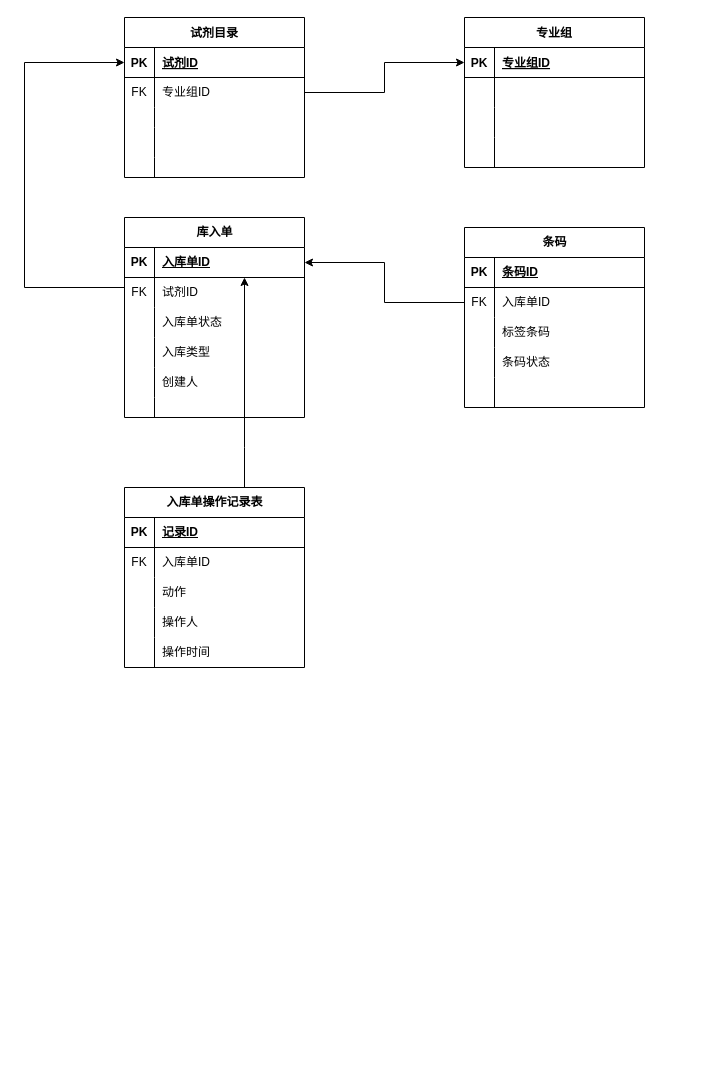
Before: ivd三级库简单模型.drawio in denglt/diagrams, a draw.io diagram. Source tidied: cells renumbered, new cells numbered last; positions are measured from the earlier drawing's top-left corner, leaving out a move shared by most shapes. Both pictures are drawn from the tidied source at 100%, with x=0, y=0 at pixel (24, 17).
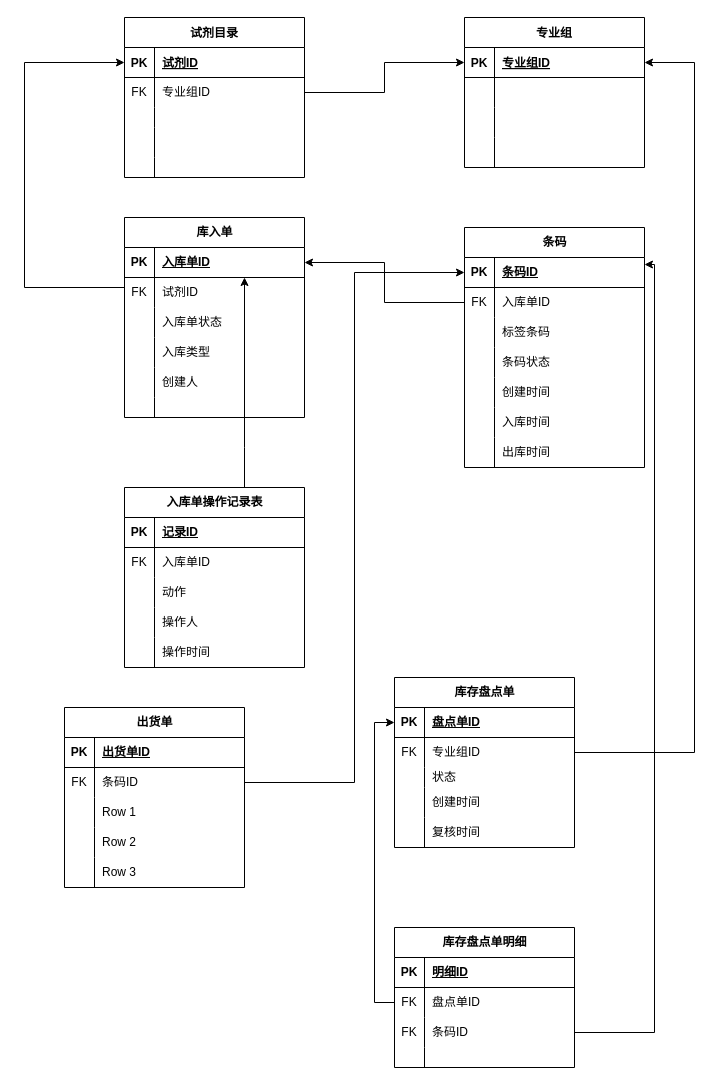
The same diagram, later.

Commit message:
Update ivd三级库简单模型.drawio

The change refers to these unchanged cells:
```xml
<mxCell id="19" style="shape=tableRow;horizontal=0;startSize=0;swimlaneHead=0;swimlaneBody=0;fillColor=none;points=[[0,0.5],[1,0.5]];portConstraint=eastwest;top=0;left=0;right=0;bottom=1;" parent="18" vertex="1">
  <mxGeometry y="30" width="180" height="30" as="geometry" />
</mxCell>
<mxCell id="53" style="shape=tableRow;horizontal=0;startSize=0;swimlaneHead=0;swimlaneBody=0;fillColor=none;points=[[0,0.5],[1,0.5]];portConstraint=eastwest;top=0;left=0;right=0;bottom=1;" parent="52" vertex="1">
  <mxGeometry y="30" width="180" height="30" as="geometry" />
</mxCell>
<mxCell id="65" style="shape=tableRow;horizontal=0;startSize=0;swimlaneHead=0;swimlaneBody=0;fillColor=none;top=0;left=0;right=0;bottom=0;" parent="52" vertex="1">
  <mxGeometry y="150" width="180" height="30" as="geometry" />
</mxCell>
```

Diff of the diagram source:
```diff
@@
     <mxCell id="52" value="条码" style="shape=table;startSize=30;childLayout=tableLayout;rowLines=0;fontStyle=1;align=center;html=1;" parent="1" vertex="1">
-      <mxGeometry x="440" y="210" width="180" height="180" as="geometry" />
+      <mxGeometry x="440" y="210" width="180" height="240" as="geometry" />
     </mxCell>
@@
-    <mxCell id="67" style="shape=partialRectangle;fillColor=none;top=0;left=0;bottom=0;right=0;align=left;spacingLeft=6;overflow=hidden;whiteSpace=wrap;html=1;" parent="65" vertex="1">
+    <mxCell id="67" value="创建时间" style="shape=partialRectangle;fillColor=none;top=0;left=0;bottom=0;right=0;align=left;spacingLeft=6;overflow=hidden;whiteSpace=wrap;html=1;" parent="65" vertex="1">
       <mxGeometry x="30" width="150" height="30" as="geometry" />
     </mxCell>
+    <mxCell id="86" style="shape=tableRow;horizontal=0;startSize=0;swimlaneHead=0;swimlaneBody=0;fillColor=none;top=0;left=0;right=0;bottom=0;" parent="52" vertex="1">
+      <mxGeometry y="180" width="180" height="30" as="geometry" />
+    </mxCell>
+    <mxCell id="87" style="shape=partialRectangle;fillColor=none;top=0;left=0;bottom=0;right=0;overflow=hidden;whiteSpace=wrap;html=1;" parent="86" vertex="1">
+      <mxGeometry width="30" height="30" as="geometry" />
+    </mxCell>
+    <mxCell id="88" value="入库时间&amp;nbsp; &amp;nbsp;" style="shape=partialRectangle;fillColor=none;top=0;left=0;bottom=0;right=0;align=left;spacingLeft=6;overflow=hidden;whiteSpace=wrap;html=1;" parent="86" vertex="1">
+      <mxGeometry x="30" width="150" height="30" as="geometry" />
+    </mxCell>
+    <mxCell id="89" style="shape=tableRow;horizontal=0;startSize=0;swimlaneHead=0;swimlaneBody=0;fillColor=none;top=0;left=0;right=0;bottom=0;" parent="52" vertex="1">
+      <mxGeometry y="210" width="180" height="30" as="geometry" />
+    </mxCell>
+    <mxCell id="90" style="shape=partialRectangle;fillColor=none;top=0;left=0;bottom=0;right=0;overflow=hidden;whiteSpace=wrap;html=1;" parent="89" vertex="1">
+      <mxGeometry width="30" height="30" as="geometry" />
+    </mxCell>
+    <mxCell id="91" value="出库时间" style="shape=partialRectangle;fillColor=none;top=0;left=0;bottom=0;right=0;align=left;spacingLeft=6;overflow=hidden;whiteSpace=wrap;html=1;" parent="89" vertex="1">
+      <mxGeometry x="30" width="150" height="30" as="geometry" />
+    </mxCell>
@@
+    <mxCell id="92" value="库存盘点单" style="shape=table;startSize=30;childLayout=tableLayout;rowLines=0;fontStyle=1;align=center;html=1;" parent="1" vertex="1">
+      <mxGeometry x="370" y="660" width="180" height="170" as="geometry" />
+    </mxCell>
+    <mxCell id="93" style="shape=tableRow;horizontal=0;startSize=0;swimlaneHead=0;swimlaneBody=0;fillColor=none;points=[[0,0.5],[1,0.5]];portConstraint=eastwest;top=0;left=0;right=0;bottom=1;" parent="92" vertex="1">
+      <mxGeometry y="30" width="180" height="30" as="geometry" />
+    </mxCell>
+    <mxCell id="94" value="PK" style="shape=partialRectangle;fillColor=none;top=0;left=0;bottom=0;right=0;fontStyle=1;overflow=hidden;whiteSpace=wrap;html=1;" parent="93" vertex="1">
+      <mxGeometry width="30" height="30" as="geometry" />
+    </mxCell>
+    <mxCell id="95" value="盘点单ID" style="shape=partialRectangle;fillColor=none;top=0;left=0;bottom=0;right=0;align=left;spacingLeft=6;fontStyle=5;overflow=hidden;whiteSpace=wrap;html=1;" parent="93" vertex="1">
+      <mxGeometry x="30" width="150" height="30" as="geometry" />
+    </mxCell>
+    <mxCell id="96" style="shape=tableRow;horizontal=0;startSize=0;swimlaneHead=0;swimlaneBody=0;fillColor=none;points=[[0,0.5],[1,0.5]];portConstraint=eastwest;top=0;left=0;right=0;bottom=0;" parent="92" vertex="1">
+      <mxGeometry y="60" width="180" height="30" as="geometry" />
+    </mxCell>
+    <mxCell id="97" value="FK" style="shape=partialRectangle;fillColor=none;top=0;left=0;bottom=0;right=0;fontStyle=0;overflow=hidden;whiteSpace=wrap;html=1;" parent="96" vertex="1">
+      <mxGeometry width="30" height="30" as="geometry" />
+    </mxCell>
+    <mxCell id="98" value="专业组ID" style="shape=partialRectangle;fillColor=none;top=0;left=0;bottom=0;right=0;align=left;spacingLeft=6;fontStyle=0;overflow=hidden;whiteSpace=wrap;html=1;" parent="96" vertex="1">
+      <mxGeometry x="30" width="150" height="30" as="geometry" />
+    </mxCell>
+    <mxCell id="99" style="shape=tableRow;horizontal=0;startSize=0;swimlaneHead=0;swimlaneBody=0;fillColor=none;top=0;left=0;right=0;bottom=0;" parent="92" vertex="1">
+      <mxGeometry y="90" width="180" height="20" as="geometry" />
+    </mxCell>
+    <mxCell id="100" style="shape=partialRectangle;fillColor=none;top=0;left=0;bottom=0;right=0;overflow=hidden;whiteSpace=wrap;html=1;" parent="99" vertex="1">
+      <mxGeometry width="30" height="20" as="geometry" />
+    </mxCell>
+    <mxCell id="101" value="状态" style="shape=partialRectangle;fillColor=none;top=0;left=0;bottom=0;right=0;align=left;spacingLeft=6;overflow=hidden;whiteSpace=wrap;html=1;" parent="99" vertex="1">
+      <mxGeometry x="30" width="150" height="20" as="geometry" />
+    </mxCell>
+    <mxCell id="102" style="shape=tableRow;horizontal=0;startSize=0;swimlaneHead=0;swimlaneBody=0;fillColor=none;top=0;left=0;right=0;bottom=0;" parent="92" vertex="1">
+      <mxGeometry y="110" width="180" height="30" as="geometry" />
+    </mxCell>
+    <mxCell id="103" style="shape=partialRectangle;fillColor=none;top=0;left=0;bottom=0;right=0;overflow=hidden;whiteSpace=wrap;html=1;" parent="102" vertex="1">
+      <mxGeometry width="30" height="30" as="geometry" />
+    </mxCell>
+    <mxCell id="104" value="创建时间" style="shape=partialRectangle;fillColor=none;top=0;left=0;bottom=0;right=0;align=left;spacingLeft=6;overflow=hidden;whiteSpace=wrap;html=1;" parent="102" vertex="1">
+      <mxGeometry x="30" width="150" height="30" as="geometry" />
+    </mxCell>
+    <mxCell id="105" style="shape=tableRow;horizontal=0;startSize=0;swimlaneHead=0;swimlaneBody=0;fillColor=none;top=0;left=0;right=0;bottom=0;" parent="92" vertex="1">
+      <mxGeometry y="140" width="180" height="30" as="geometry" />
+    </mxCell>
+    <mxCell id="106" style="shape=partialRectangle;fillColor=none;top=0;left=0;bottom=0;right=0;overflow=hidden;whiteSpace=wrap;html=1;" parent="105" vertex="1">
+      <mxGeometry width="30" height="30" as="geometry" />
+    </mxCell>
+    <mxCell id="107" value="复核时间&amp;nbsp;" style="shape=partialRectangle;fillColor=none;top=0;left=0;bottom=0;right=0;align=left;spacingLeft=6;overflow=hidden;whiteSpace=wrap;html=1;" parent="105" vertex="1">
+      <mxGeometry x="30" width="150" height="30" as="geometry" />
+    </mxCell>
+    <mxCell id="108" style="edgeStyle=orthogonalEdgeStyle;rounded=0;jettySize=auto;html=1;" parent="1" edge="1" source="96" target="19">
+      <mxGeometry relative="1" as="geometry">
+        <Array as="points">
+          <mxPoint x="670" y="735" />
+          <mxPoint x="670" y="45" />
+        </Array>
+      </mxGeometry>
+    </mxCell>
+    <mxCell id="109" value="库存盘点单明细" style="shape=table;startSize=30;childLayout=tableLayout;rowLines=0;fontStyle=1;align=center;html=1;" parent="1" vertex="1">
+      <mxGeometry x="370" y="910" width="180" height="140" as="geometry" />
+    </mxCell>
+    <mxCell id="110" style="shape=tableRow;horizontal=0;startSize=0;swimlaneHead=0;swimlaneBody=0;fillColor=none;top=0;left=0;right=0;bottom=1;" parent="109" vertex="1">
+      <mxGeometry y="30" width="180" height="30" as="geometry" />
+    </mxCell>
+    <mxCell id="111" value="PK" style="shape=partialRectangle;fillColor=none;top=0;left=0;bottom=0;right=0;fontStyle=1;overflow=hidden;whiteSpace=wrap;html=1;" parent="110" vertex="1">
+      <mxGeometry width="30" height="30" as="geometry" />
+    </mxCell>
+    <mxCell id="112" value="明细ID" style="shape=partialRectangle;fillColor=none;top=0;left=0;bottom=0;right=0;align=left;spacingLeft=6;fontStyle=5;overflow=hidden;whiteSpace=wrap;html=1;" parent="110" vertex="1">
+      <mxGeometry x="30" width="150" height="30" as="geometry" />
+    </mxCell>
+    <mxCell id="113" style="shape=tableRow;horizontal=0;startSize=0;swimlaneHead=0;swimlaneBody=0;fillColor=none;points=[[0,0.5],[1,0.5]];portConstraint=eastwest;top=0;left=0;right=0;bottom=0;" parent="109" vertex="1">
+      <mxGeometry y="60" width="180" height="30" as="geometry" />
+    </mxCell>
+    <mxCell id="114" value="FK" style="shape=partialRectangle;fillColor=none;top=0;left=0;bottom=0;right=0;fontStyle=0;overflow=hidden;whiteSpace=wrap;html=1;" parent="113" vertex="1">
+      <mxGeometry width="30" height="30" as="geometry" />
+    </mxCell>
+    <mxCell id="115" value="盘点单ID" style="shape=partialRectangle;fillColor=none;top=0;left=0;bottom=0;right=0;align=left;spacingLeft=6;fontStyle=0;overflow=hidden;whiteSpace=wrap;html=1;" parent="113" vertex="1">
+      <mxGeometry x="30" width="150" height="30" as="geometry" />
+    </mxCell>
+    <mxCell id="116" style="shape=tableRow;horizontal=0;startSize=0;swimlaneHead=0;swimlaneBody=0;fillColor=none;points=[[0,0.5],[1,0.5]];portConstraint=eastwest;top=0;left=0;right=0;bottom=0;" parent="109" vertex="1">
+      <mxGeometry y="90" width="180" height="30" as="geometry" />
+    </mxCell>
+    <mxCell id="117" value="FK" style="shape=partialRectangle;fillColor=none;top=0;left=0;bottom=0;right=0;fontStyle=0;overflow=hidden;whiteSpace=wrap;html=1;" parent="116" vertex="1">
+      <mxGeometry width="30" height="30" as="geometry" />
+    </mxCell>
+    <mxCell id="118" value="条码ID" style="shape=partialRectangle;fillColor=none;top=0;left=0;bottom=0;right=0;align=left;spacingLeft=6;fontStyle=0;overflow=hidden;whiteSpace=wrap;html=1;" parent="116" vertex="1">
+      <mxGeometry x="30" width="150" height="30" as="geometry" />
+    </mxCell>
+    <mxCell id="119" style="shape=tableRow;horizontal=0;startSize=0;swimlaneHead=0;swimlaneBody=0;fillColor=none;top=0;left=0;right=0;bottom=0;" parent="109" vertex="1">
+      <mxGeometry y="120" width="180" height="20" as="geometry" />
+    </mxCell>
+    <mxCell id="120" style="shape=partialRectangle;fillColor=none;top=0;left=0;bottom=0;right=0;overflow=hidden;whiteSpace=wrap;html=1;" parent="119" vertex="1">
+      <mxGeometry width="30" height="20" as="geometry" />
+    </mxCell>
+    <mxCell id="121" style="shape=partialRectangle;fillColor=none;top=0;left=0;bottom=0;right=0;align=left;spacingLeft=6;overflow=hidden;whiteSpace=wrap;html=1;" parent="119" vertex="1">
+      <mxGeometry x="30" width="150" height="20" as="geometry" />
+    </mxCell>
+    <mxCell id="122" style="edgeStyle=orthogonalEdgeStyle;rounded=0;jettySize=auto;html=1;entryX=0;entryY=0.5;entryDx=0;entryDy=0;" parent="1" edge="1" source="113" target="93">
+      <mxGeometry relative="1" as="geometry" />
+    </mxCell>
+    <mxCell id="123" style="edgeStyle=orthogonalEdgeStyle;rounded=0;jettySize=auto;html=1;" parent="1" edge="1" source="116" target="53">
+      <mxGeometry relative="1" as="geometry">
+        <Array as="points">
+          <mxPoint x="630" y="1015" />
+          <mxPoint x="630" y="247" />
+        </Array>
+      </mxGeometry>
+    </mxCell>
+    <mxCell id="124" value="出货单" style="shape=table;startSize=30;childLayout=tableLayout;rowLines=0;fontStyle=1;align=center;html=1;" parent="1" vertex="1">
+      <mxGeometry x="40" y="690" width="180" height="180" as="geometry" />
+    </mxCell>
+    <mxCell id="125" style="shape=tableRow;horizontal=0;startSize=0;swimlaneHead=0;swimlaneBody=0;fillColor=none;top=0;left=0;right=0;bottom=1;" parent="124" vertex="1">
+      <mxGeometry y="30" width="180" height="30" as="geometry" />
+    </mxCell>
+    <mxCell id="126" value="PK" style="shape=partialRectangle;fillColor=none;top=0;left=0;bottom=0;right=0;fontStyle=1;overflow=hidden;whiteSpace=wrap;html=1;" parent="125" vertex="1">
+      <mxGeometry width="30" height="30" as="geometry" />
+    </mxCell>
+    <mxCell id="127" value="出货单ID" style="shape=partialRectangle;fillColor=none;top=0;left=0;bottom=0;right=0;align=left;spacingLeft=6;fontStyle=5;overflow=hidden;whiteSpace=wrap;html=1;" parent="125" vertex="1">
+      <mxGeometry x="30" width="150" height="30" as="geometry" />
+    </mxCell>
+    <mxCell id="128" style="shape=tableRow;horizontal=0;startSize=0;swimlaneHead=0;swimlaneBody=0;fillColor=none;points=[[0,0.5],[1,0.5]];portConstraint=eastwest;top=0;left=0;right=0;bottom=0;" parent="124" vertex="1">
+      <mxGeometry y="60" width="180" height="30" as="geometry" />
+    </mxCell>
+    <mxCell id="129" value="FK" style="shape=partialRectangle;fillColor=none;top=0;left=0;bottom=0;right=0;fontStyle=0;overflow=hidden;whiteSpace=wrap;html=1;" parent="128" vertex="1">
+      <mxGeometry width="30" height="30" as="geometry" />
+    </mxCell>
+    <mxCell id="130" value="条码ID" style="shape=partialRectangle;fillColor=none;top=0;left=0;bottom=0;right=0;align=left;spacingLeft=6;fontStyle=0;overflow=hidden;whiteSpace=wrap;html=1;" parent="128" vertex="1">
+      <mxGeometry x="30" width="150" height="30" as="geometry" />
+    </mxCell>
+    <mxCell id="131" style="shape=tableRow;horizontal=0;startSize=0;swimlaneHead=0;swimlaneBody=0;fillColor=none;top=0;left=0;right=0;bottom=0;" parent="124" vertex="1">
+      <mxGeometry y="90" width="180" height="30" as="geometry" />
+    </mxCell>
+    <mxCell id="132" style="shape=partialRectangle;fillColor=none;top=0;left=0;bottom=0;right=0;overflow=hidden;whiteSpace=wrap;html=1;" parent="131" vertex="1">
+      <mxGeometry width="30" height="30" as="geometry" />
+    </mxCell>
+    <mxCell id="133" value="Row 1" style="shape=partialRectangle;fillColor=none;top=0;left=0;bottom=0;right=0;align=left;spacingLeft=6;overflow=hidden;whiteSpace=wrap;html=1;" parent="131" vertex="1">
+      <mxGeometry x="30" width="150" height="30" as="geometry" />
+    </mxCell>
+    <mxCell id="134" style="shape=tableRow;horizontal=0;startSize=0;swimlaneHead=0;swimlaneBody=0;fillColor=none;top=0;left=0;right=0;bottom=0;" parent="124" vertex="1">
+      <mxGeometry y="120" width="180" height="30" as="geometry" />
+    </mxCell>
+    <mxCell id="135" style="shape=partialRectangle;fillColor=none;top=0;left=0;bottom=0;right=0;overflow=hidden;whiteSpace=wrap;html=1;" parent="134" vertex="1">
+      <mxGeometry width="30" height="30" as="geometry" />
+    </mxCell>
+    <mxCell id="136" value="Row 2" style="shape=partialRectangle;fillColor=none;top=0;left=0;bottom=0;right=0;align=left;spacingLeft=6;overflow=hidden;whiteSpace=wrap;html=1;" parent="134" vertex="1">
+      <mxGeometry x="30" width="150" height="30" as="geometry" />
+    </mxCell>
+    <mxCell id="137" style="shape=tableRow;horizontal=0;startSize=0;swimlaneHead=0;swimlaneBody=0;fillColor=none;top=0;left=0;right=0;bottom=0;" parent="124" vertex="1">
+      <mxGeometry y="150" width="180" height="30" as="geometry" />
+    </mxCell>
+    <mxCell id="138" style="shape=partialRectangle;fillColor=none;top=0;left=0;bottom=0;right=0;overflow=hidden;whiteSpace=wrap;html=1;" parent="137" vertex="1">
+      <mxGeometry width="30" height="30" as="geometry" />
+    </mxCell>
+    <mxCell id="139" value="Row 3" style="shape=partialRectangle;fillColor=none;top=0;left=0;bottom=0;right=0;align=left;spacingLeft=6;overflow=hidden;whiteSpace=wrap;html=1;" parent="137" vertex="1">
+      <mxGeometry x="30" width="150" height="30" as="geometry" />
+    </mxCell>
+    <mxCell id="140" style="edgeStyle=orthogonalEdgeStyle;rounded=0;jettySize=auto;html=1;entryX=0;entryY=0.5;entryDx=0;entryDy=0;" parent="1" edge="1" source="128" target="53">
+      <mxGeometry relative="1" as="geometry" />
+    </mxCell>
```
